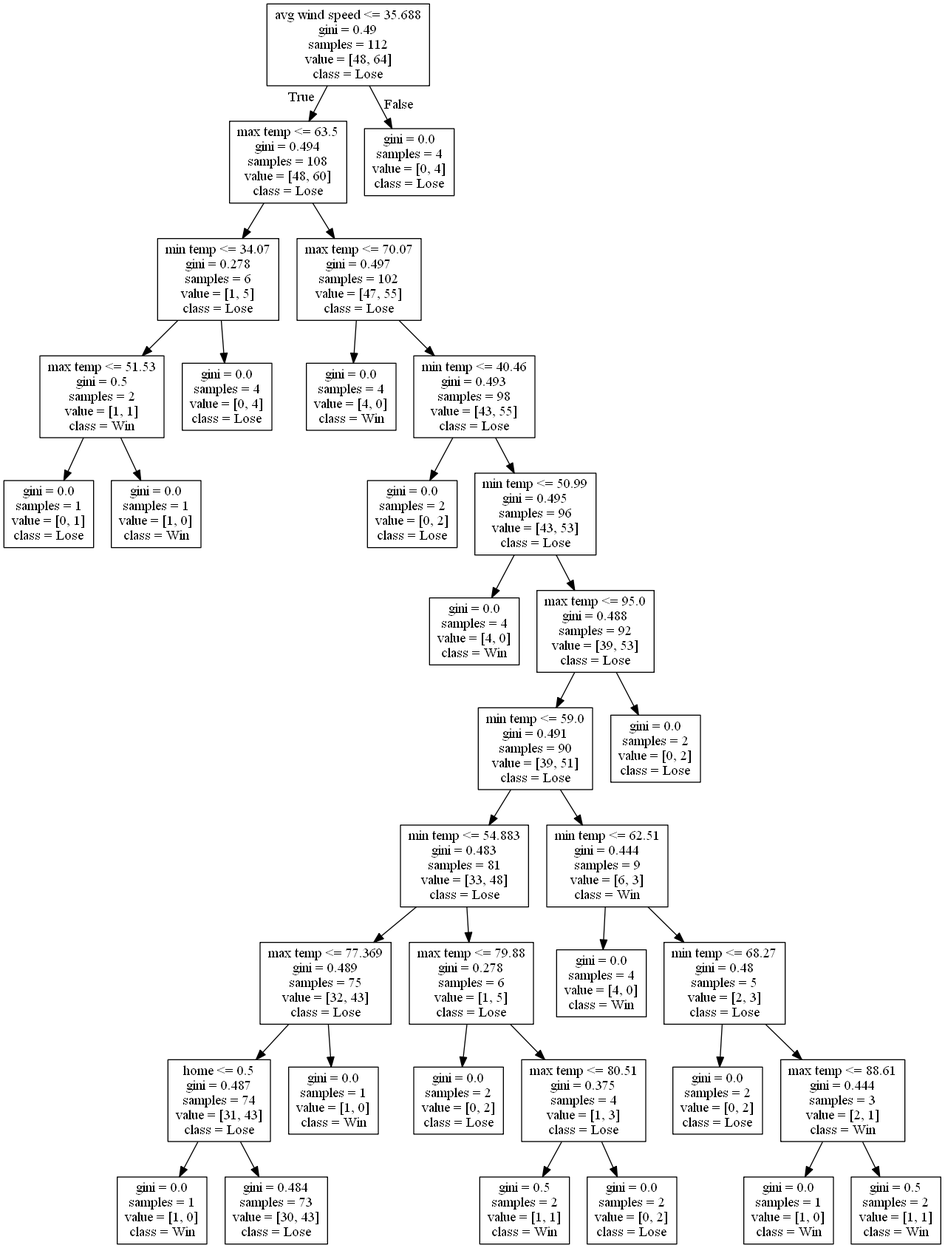
This is DecisionTrees/decision_tree_no_score_or_attendance_test_608.png from alexana-steck/CSE482Project, a Graphviz export, as it was before one commit. Its source is kept beside it as DecisionTrees/decision_tree_no_score_or_attendance_test_608.dot. The source it was exported from:
```dot
digraph Tree {
node [shape=box] ;
0 [label="avg wind speed <= 35.688\ngini = 0.49\nsamples = 112\nvalue = [48, 64]\nclass = Lose"] ;
1 [label="max temp <= 63.5\ngini = 0.494\nsamples = 108\nvalue = [48, 60]\nclass = Lose"] ;
0 -> 1 [labeldistance=2.5, labelangle=45, headlabel="True"] ;
2 [label="min temp <= 34.07\ngini = 0.278\nsamples = 6\nvalue = [1, 5]\nclass = Lose"] ;
1 -> 2 ;
3 [label="max temp <= 51.53\ngini = 0.5\nsamples = 2\nvalue = [1, 1]\nclass = Win"] ;
2 -> 3 ;
4 [label="gini = 0.0\nsamples = 1\nvalue = [0, 1]\nclass = Lose"] ;
3 -> 4 ;
5 [label="gini = 0.0\nsamples = 1\nvalue = [1, 0]\nclass = Win"] ;
3 -> 5 ;
6 [label="gini = 0.0\nsamples = 4\nvalue = [0, 4]\nclass = Lose"] ;
2 -> 6 ;
7 [label="max temp <= 70.07\ngini = 0.497\nsamples = 102\nvalue = [47, 55]\nclass = Lose"] ;
1 -> 7 ;
8 [label="gini = 0.0\nsamples = 4\nvalue = [4, 0]\nclass = Win"] ;
7 -> 8 ;
9 [label="min temp <= 40.46\ngini = 0.493\nsamples = 98\nvalue = [43, 55]\nclass = Lose"] ;
7 -> 9 ;
10 [label="gini = 0.0\nsamples = 2\nvalue = [0, 2]\nclass = Lose"] ;
9 -> 10 ;
11 [label="min temp <= 50.99\ngini = 0.495\nsamples = 96\nvalue = [43, 53]\nclass = Lose"] ;
9 -> 11 ;
12 [label="gini = 0.0\nsamples = 4\nvalue = [4, 0]\nclass = Win"] ;
11 -> 12 ;
13 [label="max temp <= 95.0\ngini = 0.488\nsamples = 92\nvalue = [39, 53]\nclass = Lose"] ;
11 -> 13 ;
14 [label="min temp <= 59.0\ngini = 0.491\nsamples = 90\nvalue = [39, 51]\nclass = Lose"] ;
13 -> 14 ;
15 [label="min temp <= 54.883\ngini = 0.483\nsamples = 81\nvalue = [33, 48]\nclass = Lose"] ;
14 -> 15 ;
16 [label="max temp <= 77.369\ngini = 0.489\nsamples = 75\nvalue = [32, 43]\nclass = Lose"] ;
15 -> 16 ;
17 [label="home <= 0.5\ngini = 0.487\nsamples = 74\nvalue = [31, 43]\nclass = Lose"] ;
16 -> 17 ;
18 [label="gini = 0.0\nsamples = 1\nvalue = [1, 0]\nclass = Win"] ;
17 -> 18 ;
19 [label="gini = 0.484\nsamples = 73\nvalue = [30, 43]\nclass = Lose"] ;
17 -> 19 ;
20 [label="gini = 0.0\nsamples = 1\nvalue = [1, 0]\nclass = Win"] ;
16 -> 20 ;
21 [label="max temp <= 79.88\ngini = 0.278\nsamples = 6\nvalue = [1, 5]\nclass = Lose"] ;
15 -> 21 ;
22 [label="gini = 0.0\nsamples = 2\nvalue = [0, 2]\nclass = Lose"] ;
21 -> 22 ;
23 [label="max temp <= 80.51\ngini = 0.375\nsamples = 4\nvalue = [1, 3]\nclass = Lose"] ;
21 -> 23 ;
24 [label="gini = 0.5\nsamples = 2\nvalue = [1, 1]\nclass = Win"] ;
23 -> 24 ;
25 [label="gini = 0.0\nsamples = 2\nvalue = [0, 2]\nclass = Lose"] ;
23 -> 25 ;
26 [label="min temp <= 62.51\ngini = 0.444\nsamples = 9\nvalue = [6, 3]\nclass = Win"] ;
14 -> 26 ;
27 [label="gini = 0.0\nsamples = 4\nvalue = [4, 0]\nclass = Win"] ;
26 -> 27 ;
28 [label="min temp <= 68.27\ngini = 0.48\nsamples = 5\nvalue = [2, 3]\nclass = Lose"] ;
26 -> 28 ;
29 [label="gini = 0.0\nsamples = 2\nvalue = [0, 2]\nclass = Lose"] ;
28 -> 29 ;
30 [label="max temp <= 88.61\ngini = 0.444\nsamples = 3\nvalue = [2, 1]\nclass = Win"] ;
28 -> 30 ;
31 [label="gini = 0.0\nsamples = 1\nvalue = [1, 0]\nclass = Win"] ;
30 -> 31 ;
32 [label="gini = 0.5\nsamples = 2\nvalue = [1, 1]\nclass = Win"] ;
30 -> 32 ;
33 [label="gini = 0.0\nsamples = 2\nvalue = [0, 2]\nclass = Lose"] ;
13 -> 33 ;
34 [label="gini = 0.0\nsamples = 4\nvalue = [0, 4]\nclass = Lose"] ;
0 -> 34 [labeldistance=2.5, labelangle=-45, headlabel="False"] ;
}
```
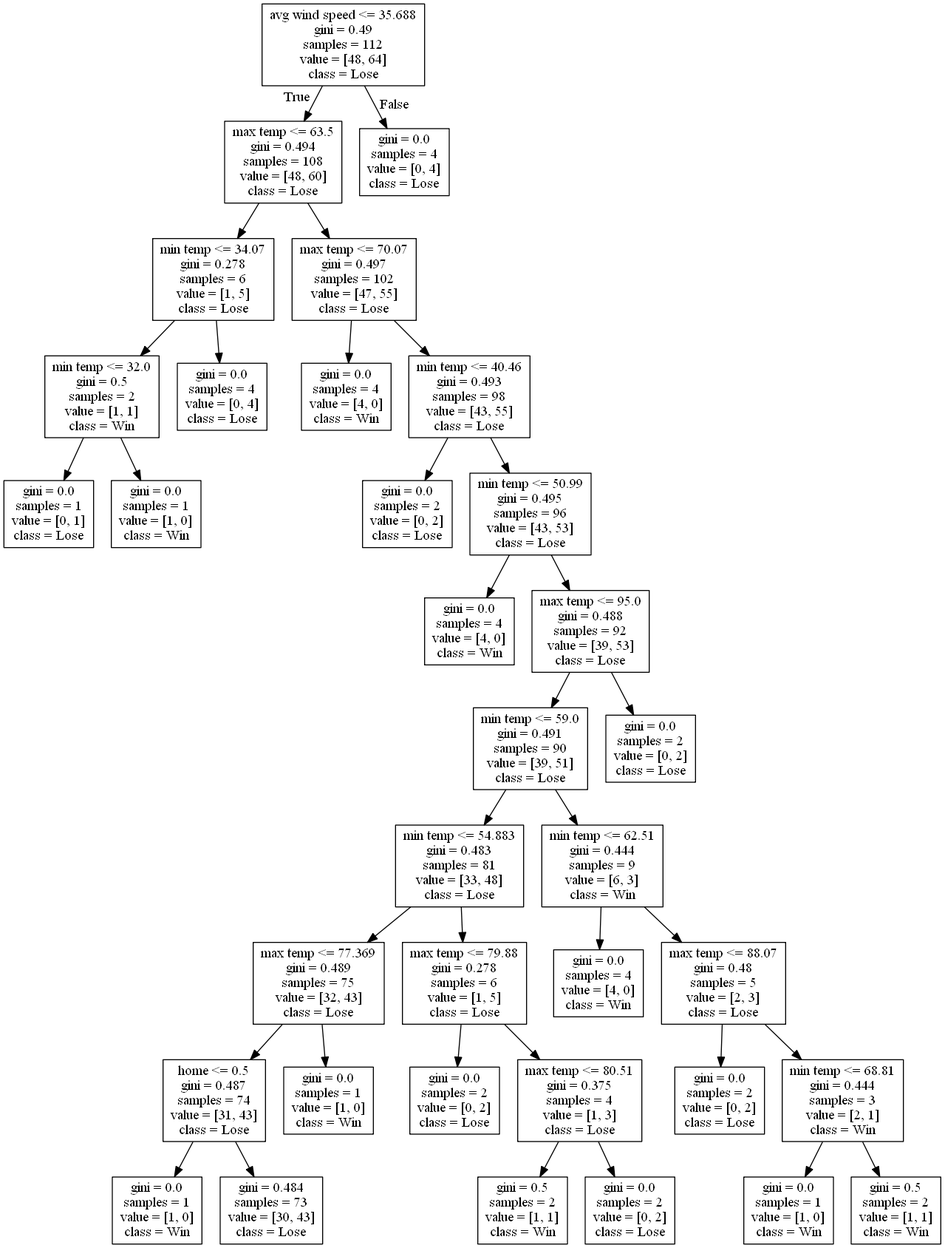
Above is the later version.

The edit, as a diff of the source:
```diff
@@ -5,7 +5,7 @@
 0 -> 1 [labeldistance=2.5, labelangle=45, headlabel="True"] ;
 2 [label="min temp <= 34.07\ngini = 0.278\nsamples = 6\nvalue = [1, 5]\nclass = Lose"] ;
 1 -> 2 ;
-3 [label="max temp <= 51.53\ngini = 0.5\nsamples = 2\nvalue = [1, 1]\nclass = Win"] ;
+3 [label="min temp <= 32.0\ngini = 0.5\nsamples = 2\nvalue = [1, 1]\nclass = Win"] ;
 2 -> 3 ;
 4 [label="gini = 0.0\nsamples = 1\nvalue = [0, 1]\nclass = Lose"] ;
 3 -> 4 ;
@@ -55,11 +55,11 @@
 14 -> 26 ;
 27 [label="gini = 0.0\nsamples = 4\nvalue = [4, 0]\nclass = Win"] ;
 26 -> 27 ;
-28 [label="min temp <= 68.27\ngini = 0.48\nsamples = 5\nvalue = [2, 3]\nclass = Lose"] ;
+28 [label="max temp <= 88.07\ngini = 0.48\nsamples = 5\nvalue = [2, 3]\nclass = Lose"] ;
 26 -> 28 ;
 29 [label="gini = 0.0\nsamples = 2\nvalue = [0, 2]\nclass = Lose"] ;
 28 -> 29 ;
-30 [label="max temp <= 88.61\ngini = 0.444\nsamples = 3\nvalue = [2, 1]\nclass = Win"] ;
+30 [label="min temp <= 68.81\ngini = 0.444\nsamples = 3\nvalue = [2, 1]\nclass = Win"] ;
 28 -> 30 ;
 31 [label="gini = 0.0\nsamples = 1\nvalue = [1, 0]\nclass = Win"] ;
 30 -> 31 ;
```
